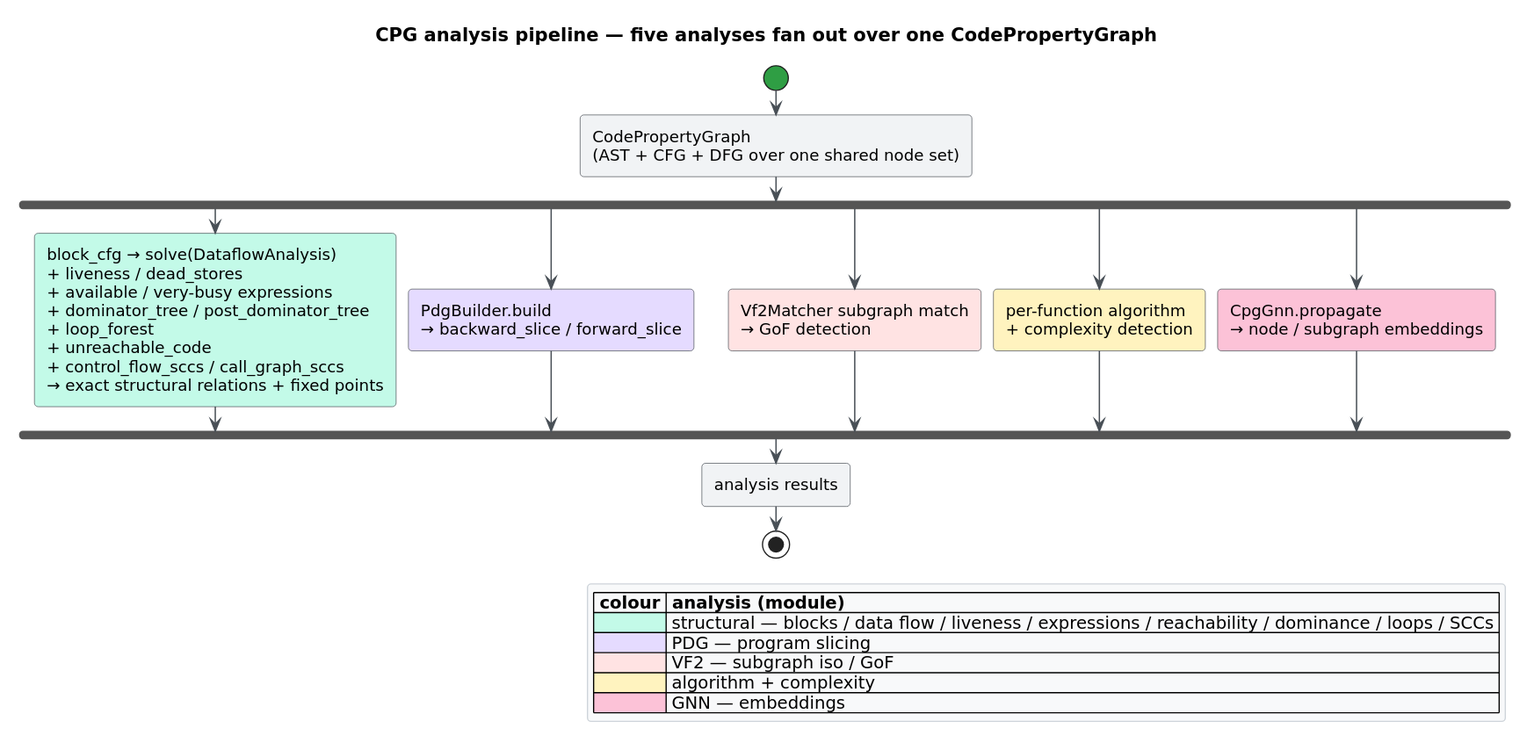
This is docs/diagrams/analysis-pipeline.svg from vinary-tree/libcpg, a PlantUML export, as it was before one commit. Its source is kept beside it as docs/diagrams/analysis-pipeline.puml.
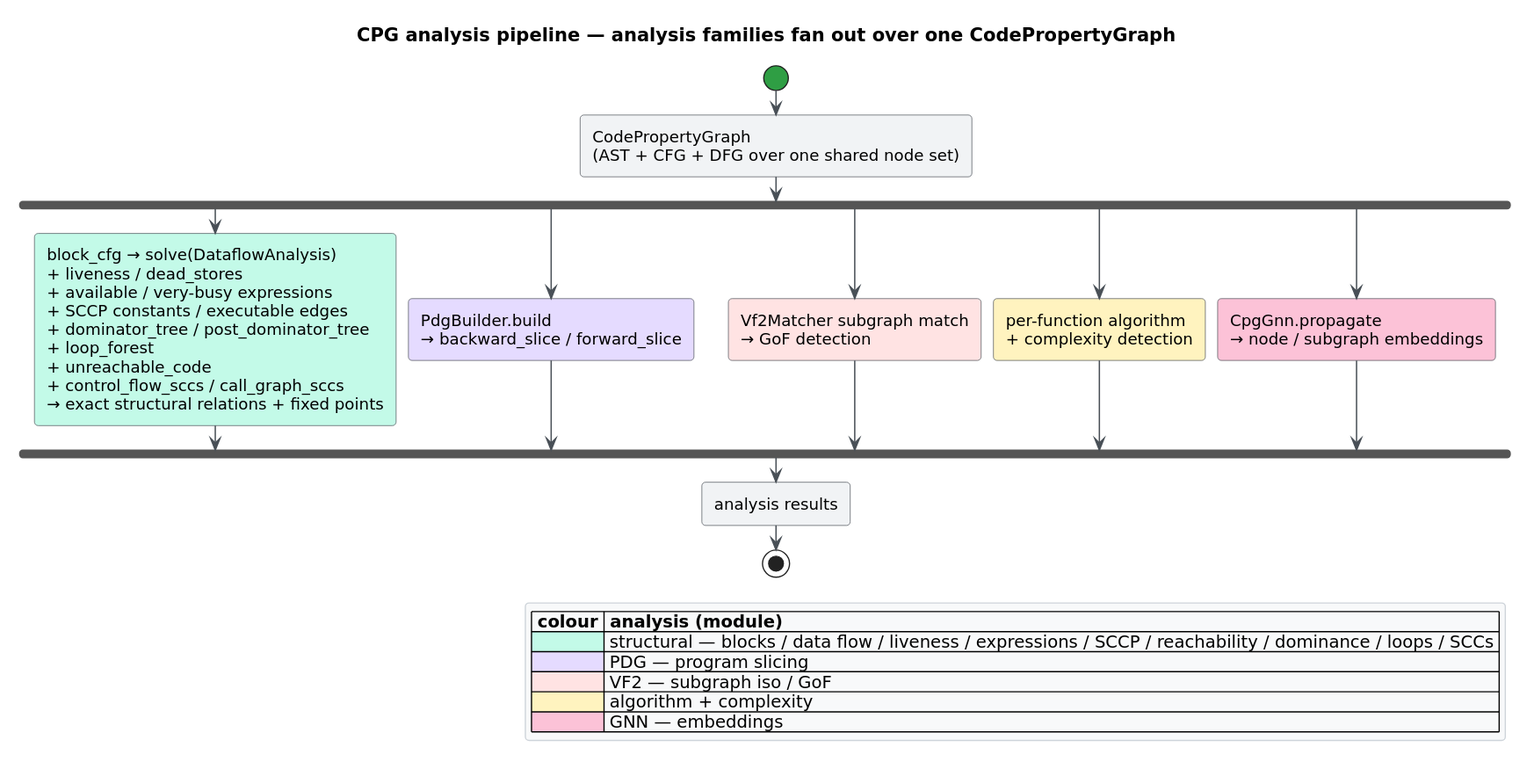
The same diagram one commit later.

Diff of the diagram source:
```diff
@@ -1,6 +1,6 @@
 @startuml
 !include _libcpg-theme.iuml
-title CPG analysis pipeline — five analyses fan out over one CodePropertyGraph
+title CPG analysis pipeline — analysis families fan out over one CodePropertyGraph
 start
 :CodePropertyGraph
 (AST + CFG + DFG over one shared node set);
@@ -8,6 +8,7 @@
   :block_cfg → solve(DataflowAnalysis)
   + liveness / dead_stores
   + available / very-busy expressions
+  + SCCP constants / executable edges
   + dominator_tree / post_dominator_tree
   + loop_forest
   + unreachable_code
@@ -30,7 +31,7 @@
 stop
 legend right
   |= colour |= analysis (module) |
-  |<#C3FAE8>| structural — blocks / data flow / liveness / expressions / reachability / dominance / loops / SCCs |
+  |<#C3FAE8>| structural — blocks / data flow / liveness / expressions / SCCP / reachability / dominance / loops / SCCs |
   |<#E5DBFF>| PDG — program slicing |
   |<#FFE3E3>| VF2 — subgraph iso / GoF |
   |<#FFF3BF>| algorithm + complexity |
```
